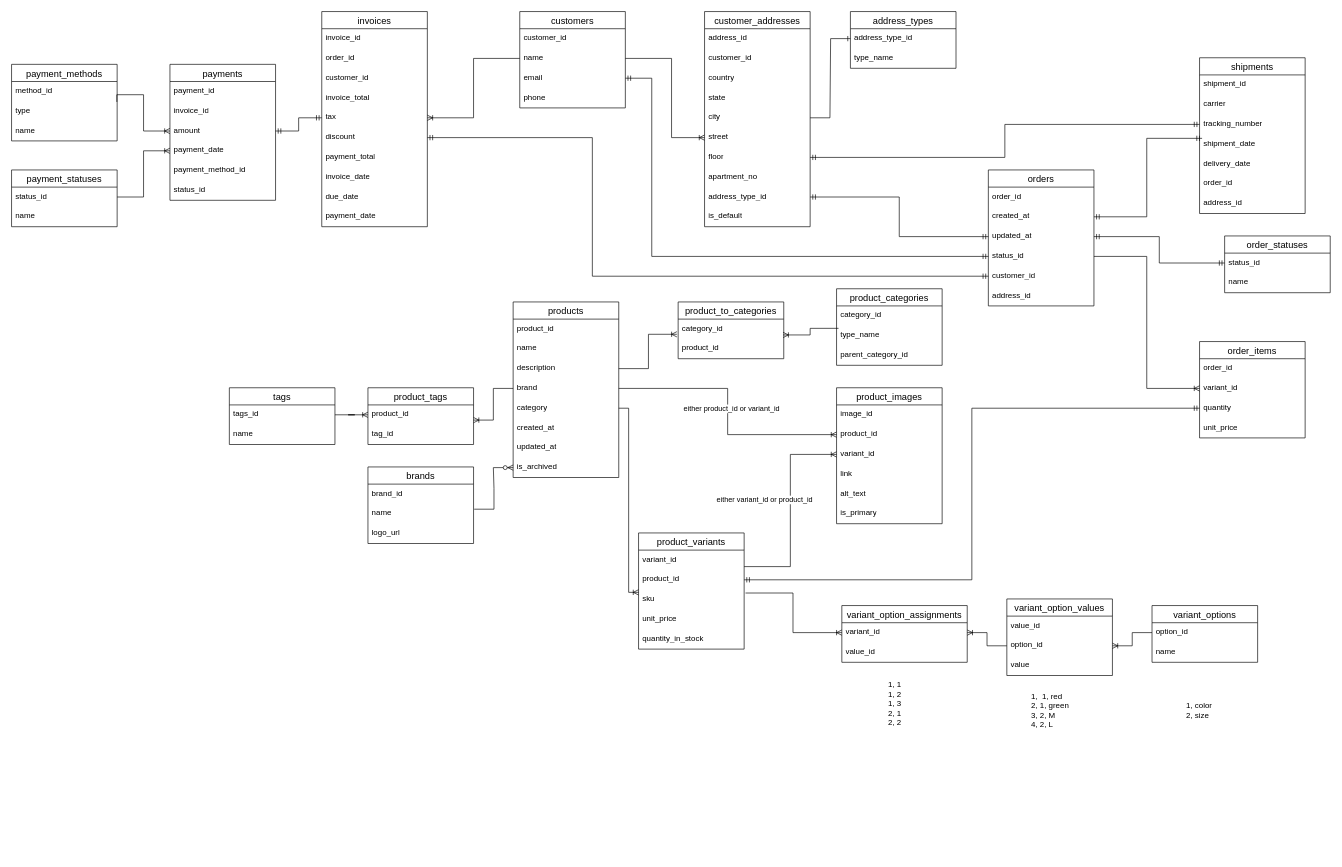
Before: diagrams/my-store-db.drawio in venelinpetrov/db-my-store, a draw.io diagram. Source tidied: cells renumbered, new cells numbered last; positions are measured from the earlier drawing's top-left corner, leaving out a move shared by most shapes. Both pictures are drawn from the tidied source at 66%, with x=0, y=0 at pixel (11, 11).
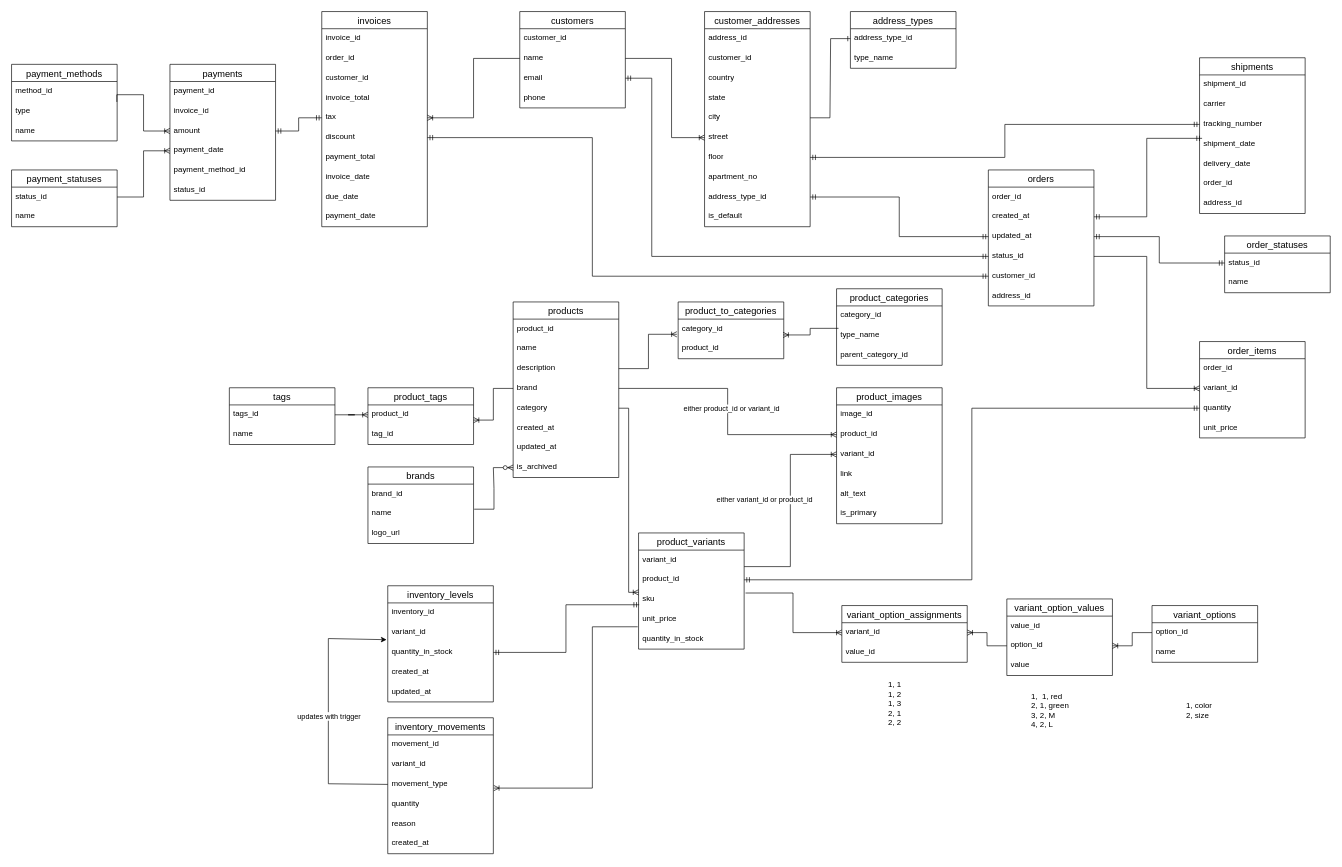
The same page after the edit.

Commit message (it also covers changes not shown here):
Add inventory management

Unchanged cells that the change refers to:
```xml
<mxCell id="48" value="sku" style="text;strokeColor=none;fillColor=none;spacingLeft=4;spacingRight=4;overflow=hidden;points=[[0,0.5],[1,0.5]];portConstraint=eastwest;fontSize=12;whiteSpace=wrap;html=1;" parent="45" vertex="1">
  <mxGeometry y="86" width="160" height="30" as="geometry" />
</mxCell>
<mxCell id="49" value="unit_price" style="text;strokeColor=none;fillColor=none;spacingLeft=4;spacingRight=4;overflow=hidden;points=[[0,0.5],[1,0.5]];portConstraint=eastwest;fontSize=12;whiteSpace=wrap;html=1;" parent="45" vertex="1">
  <mxGeometry y="116" width="160" height="30" as="geometry" />
</mxCell>
```

Diff of the diagram source:
```diff
@@
+    <mxCell id="148" value="inventory_levels" style="swimlane;fontStyle=0;horizontal=1;startSize=26;align=center;fontSize=14;" parent="1" vertex="1">
+      <mxGeometry x="570" y="870" width="160" height="176" as="geometry" />
+    </mxCell>
+    <mxCell id="149" value="inventory_id" style="text;strokeColor=none;fillColor=none;spacingLeft=4;spacingRight=4;overflow=hidden;fontSize=12;whiteSpace=wrap;html=1;" parent="148" vertex="1">
+      <mxGeometry y="26" width="160" height="30" as="geometry" />
+    </mxCell>
+    <mxCell id="150" value="variant_id" style="text;strokeColor=none;fillColor=none;spacingLeft=4;spacingRight=4;overflow=hidden;points=[[0,0.5],[1,0.5]];portConstraint=eastwest;fontSize=12;whiteSpace=wrap;html=1;" parent="148" vertex="1">
+      <mxGeometry y="56" width="160" height="30" as="geometry" />
+    </mxCell>
+    <mxCell id="151" value="quantity_in_stock" style="text;strokeColor=none;fillColor=none;spacingLeft=4;spacingRight=4;overflow=hidden;points=[[0,0.5],[1,0.5]];portConstraint=eastwest;fontSize=12;whiteSpace=wrap;html=1;" parent="148" vertex="1">
+      <mxGeometry y="86" width="160" height="30" as="geometry" />
+    </mxCell>
+    <mxCell id="152" value="created_at" style="text;strokeColor=none;fillColor=none;spacingLeft=4;spacingRight=4;overflow=hidden;fontSize=12;whiteSpace=wrap;html=1;" parent="148" vertex="1">
+      <mxGeometry y="116" width="160" height="30" as="geometry" />
+    </mxCell>
+    <mxCell id="153" value="updated_at" style="text;strokeColor=none;fillColor=none;spacingLeft=4;spacingRight=4;overflow=hidden;fontSize=12;whiteSpace=wrap;html=1;" parent="148" vertex="1">
+      <mxGeometry y="146" width="160" height="30" as="geometry" />
+    </mxCell>
+    <mxCell id="154" value="inventory_movements" style="swimlane;fontStyle=0;horizontal=1;startSize=26;align=center;fontSize=14;" parent="1" vertex="1">
+      <mxGeometry x="570" y="1070" width="160" height="206" as="geometry" />
+    </mxCell>
+    <mxCell id="155" value="movement_id" style="text;strokeColor=none;fillColor=none;spacingLeft=4;spacingRight=4;overflow=hidden;fontSize=12;whiteSpace=wrap;html=1;" parent="154" vertex="1">
+      <mxGeometry y="26" width="160" height="30" as="geometry" />
+    </mxCell>
+    <mxCell id="156" value="variant_id" style="text;strokeColor=none;fillColor=none;spacingLeft=4;spacingRight=4;overflow=hidden;fontSize=12;whiteSpace=wrap;html=1;" parent="154" vertex="1">
+      <mxGeometry y="56" width="160" height="30" as="geometry" />
+    </mxCell>
+    <mxCell id="157" value="movement_type" style="text;strokeColor=none;fillColor=none;spacingLeft=4;spacingRight=4;overflow=hidden;points=[[0,0.5],[1,0.5]];portConstraint=eastwest;fontSize=12;whiteSpace=wrap;html=1;" parent="154" vertex="1">
+      <mxGeometry y="86" width="160" height="30" as="geometry" />
+    </mxCell>
+    <mxCell id="158" value="quantity" style="text;strokeColor=none;fillColor=none;spacingLeft=4;spacingRight=4;overflow=hidden;fontSize=12;whiteSpace=wrap;html=1;" parent="154" vertex="1">
+      <mxGeometry y="116" width="160" height="30" as="geometry" />
+    </mxCell>
+    <mxCell id="159" value="reason" style="text;strokeColor=none;fillColor=none;spacingLeft=4;spacingRight=4;overflow=hidden;fontSize=12;whiteSpace=wrap;html=1;" parent="154" vertex="1">
+      <mxGeometry y="146" width="160" height="30" as="geometry" />
+    </mxCell>
+    <mxCell id="160" value="created_at" style="text;strokeColor=none;fillColor=none;spacingLeft=4;spacingRight=4;overflow=hidden;fontSize=12;whiteSpace=wrap;html=1;" parent="154" vertex="1">
+      <mxGeometry y="176" width="160" height="30" as="geometry" />
+    </mxCell>
+    <mxCell id="161" style="edgeStyle=orthogonalEdgeStyle;fontSize=12;html=1;endArrow=ERmandOne;startArrow=ERmandOne;rounded=0;entryX=0.006;entryY=0.76;entryDx=0;entryDy=0;entryPerimeter=0;exitX=1;exitY=0.5;exitDx=0;exitDy=0;" parent="1" edge="1" source="151" target="48">
+      <mxGeometry relative="1" as="geometry" />
+    </mxCell>
+    <mxCell id="162" style="edgeStyle=orthogonalEdgeStyle;fontSize=12;html=1;endArrow=ERoneToMany;rounded=0;exitX=-0.008;exitY=0.872;exitDx=0;exitDy=0;exitPerimeter=0;entryX=1.004;entryY=0.686;entryDx=0;entryDy=0;entryPerimeter=0;" parent="1" edge="1" source="49" target="157">
+      <mxGeometry relative="1" as="geometry">
+        <Array as="points">
+          <mxPoint x="880" y="932" />
+          <mxPoint x="880" y="1177" />
+        </Array>
+      </mxGeometry>
+    </mxCell>
+    <mxCell id="163" style="endArrow=classic;html=1;rounded=0;exitX=0;exitY=0.5;exitDx=0;exitDy=0;entryX=-0.011;entryY=0.858;entryDx=0;entryDy=0;entryPerimeter=0;" parent="1" edge="1" source="157" target="150">
+      <mxGeometry relative="1" as="geometry">
+        <Array as="points">
+          <mxPoint x="480" y="1170" />
+          <mxPoint x="480" y="950" />
+        </Array>
+      </mxGeometry>
+    </mxCell>
+    <mxCell id="164" value="updates with trigger" style="edgeLabel;html=1;align=center;verticalAlign=middle;" parent="163" vertex="1">
+      <mxGeometry x="-0.03" relative="1" as="geometry" />
+    </mxCell>
```
